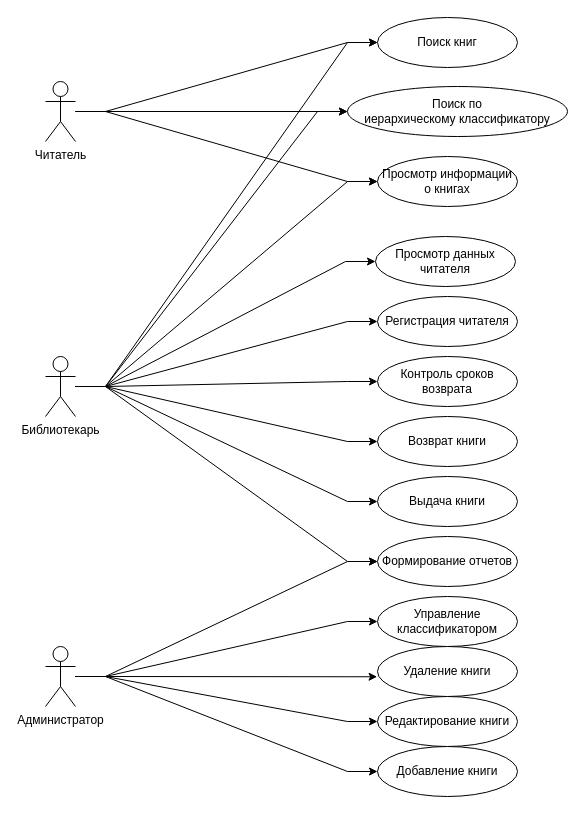
Above: page "UseCase" (1 of 9) of db_design.drawio in Alivaros/Course_Project_DB (draw.io), before the change. Source tidied: cells renumbered, new cells numbered last; positions are measured from the earlier drawing's top-left corner, leaving out a move shared by most shapes. Both pictures are drawn from the tidied source at 100%, with x=0, y=0 at pixel (45, 17).
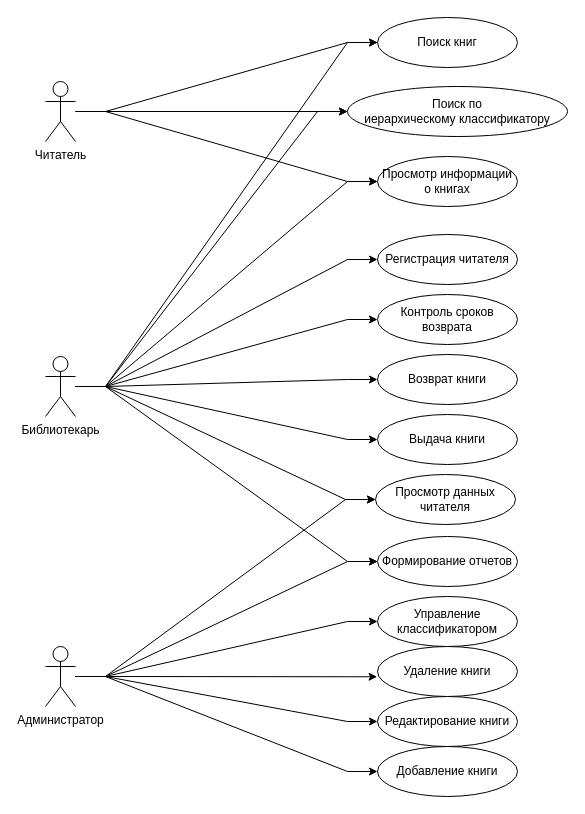
After the change.

Commit message:
Обновлен файл проектирования: обновлен Use Case

Unchanged cells that the change refers to:
```xml
<mxCell id="20" value="Администратор" style="shape=umlActor;verticalLabelPosition=bottom;verticalAlign=top;html=1;outlineConnect=0;" parent="1" vertex="1">
  <mxGeometry y="629" width="30" height="60" as="geometry" />
</mxCell>
```

What changed in the source:
```diff
@@
     <mxCell id="24" value="Просмотр данных читателя" style="ellipse;whiteSpace=wrap;html=1;" parent="1" vertex="1">
-      <mxGeometry x="330" y="219" width="140" height="50" as="geometry" />
+      <mxGeometry x="330" y="457" width="140" height="50" as="geometry" />
     </mxCell>
     <mxCell id="25" value="Регистрация читателя" style="ellipse;whiteSpace=wrap;html=1;" parent="1" vertex="1">
-      <mxGeometry x="332" y="279" width="140" height="50" as="geometry" />
+      <mxGeometry x="332" y="217" width="140" height="50" as="geometry" />
     </mxCell>
     <mxCell id="26" value="Контроль сроков возврата" style="ellipse;whiteSpace=wrap;html=1;" parent="1" vertex="1">
-      <mxGeometry x="332" y="339" width="140" height="50" as="geometry" />
+      <mxGeometry x="332" y="277" width="140" height="50" as="geometry" />
     </mxCell>
     <mxCell id="27" value="Возврат книги" style="ellipse;whiteSpace=wrap;html=1;" parent="1" vertex="1">
-      <mxGeometry x="332" y="399" width="140" height="50" as="geometry" />
+      <mxGeometry x="332" y="337" width="140" height="50" as="geometry" />
     </mxCell>
     <mxCell id="28" value="Выдача книги" style="ellipse;whiteSpace=wrap;html=1;" parent="1" vertex="1">
-      <mxGeometry x="332" y="459" width="140" height="50" as="geometry" />
+      <mxGeometry x="332" y="397" width="140" height="50" as="geometry" />
     </mxCell>
@@
+    <mxCell id="35" style="edgeStyle=entityRelationEdgeStyle;rounded=0;jettySize=auto;html=1;" parent="1" edge="1" source="20" target="24">
+      <mxGeometry relative="1" as="geometry" />
+    </mxCell>
```
